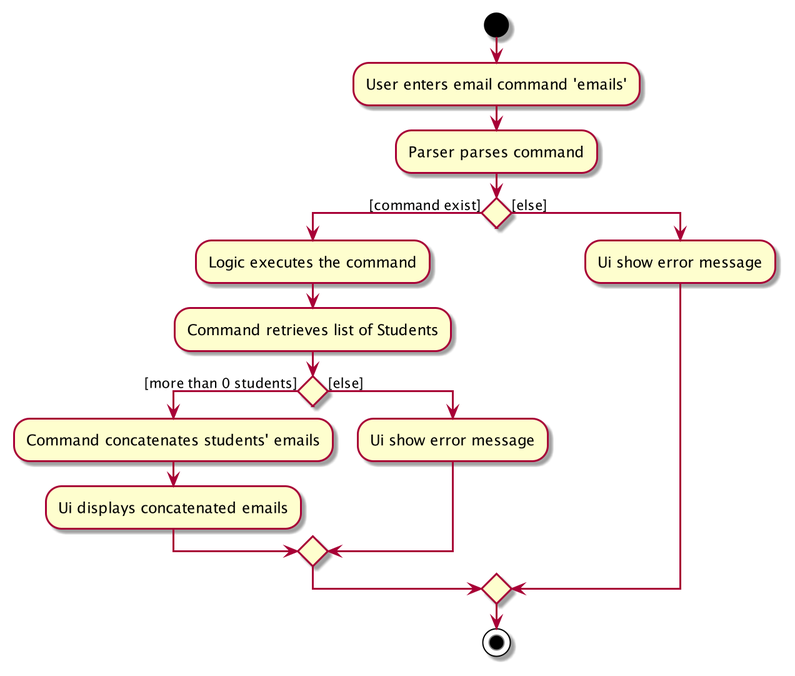
Before: docs/images/sam/EmailCommandActivityDiagram.png, a diagram exported from PlantUML (nus-cs2103-AY2021S2/tp). Its diagram source:
```plantuml
@startuml
start
:User enters email command 'emails';


:Parser parses command;
if () then ([command exist])
    :Logic executes the command;
    :Command retrieves list of Students;
    if () then ([more than 0 students])
        :Command concatenates students' emails;
        :Ui displays concatenated emails;
    else ([else])
        :Ui show error message;
    endif
else ([else])
    :Ui show error message;
endif
stop
@enduml
```
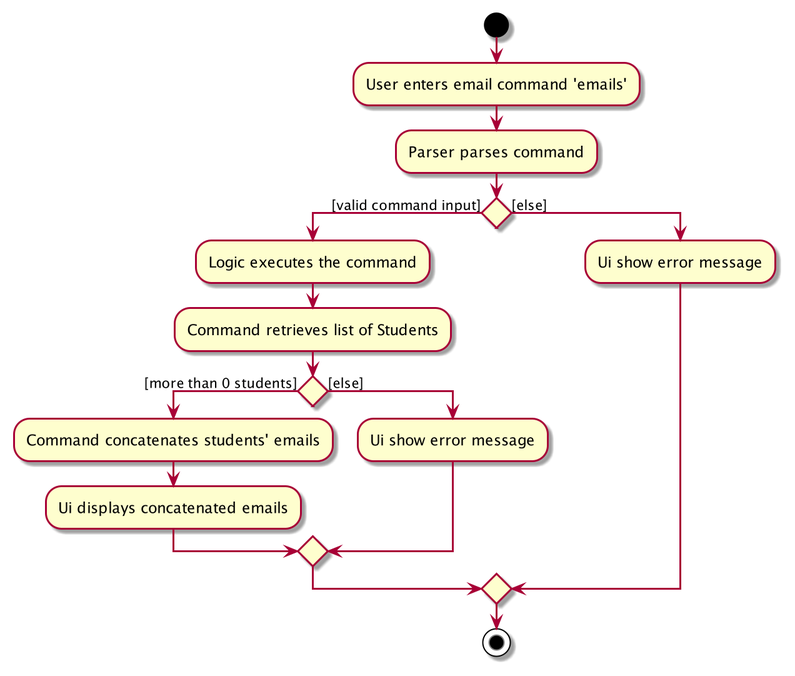
Later version of the same file.

Commit message:
Added email command activity diagram png

Diff of the diagram source:
```diff
@@ -4,7 +4,7 @@
 
 
 :Parser parses command;
-if () then ([command exist])
+if () then ([valid command input])
     :Logic executes the command;
     :Command retrieves list of Students;
     if () then ([more than 0 students])
```
